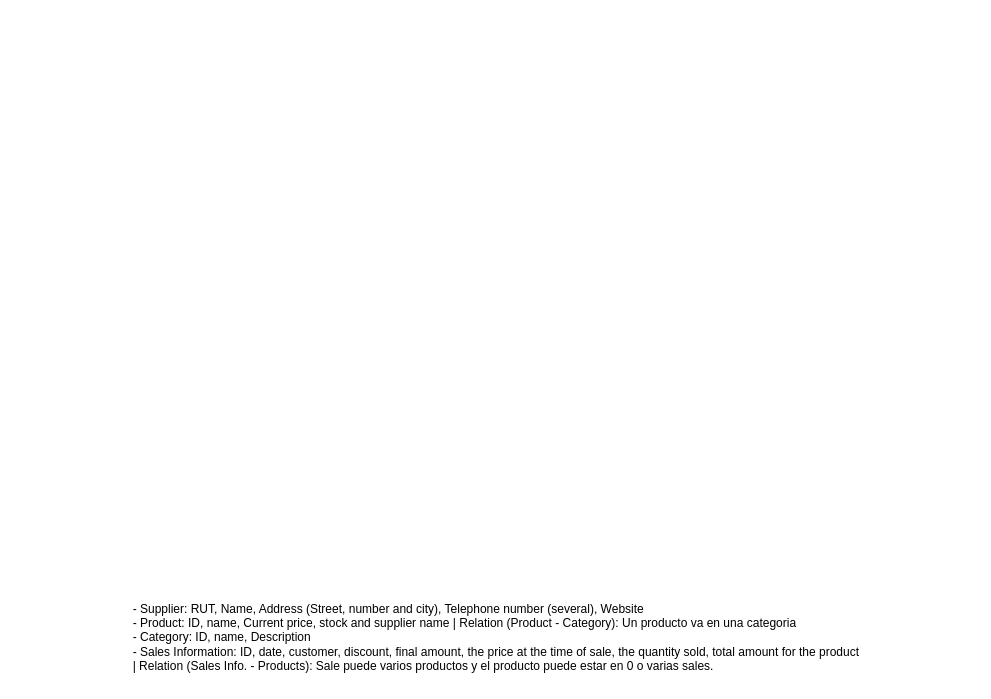
The draw.io diagram page "Exercise 4" (4 of 5) of ejercicio3.drawio in Maek0s/1DAM_Databases, before the edit. Source tidied: cells renumbered, new cells numbered last; positions are measured from the earlier drawing's top-left corner, leaving out a move shared by most shapes. Both pictures are drawn from the tidied source at 100%, with x=0, y=0 at pixel (122, 592).
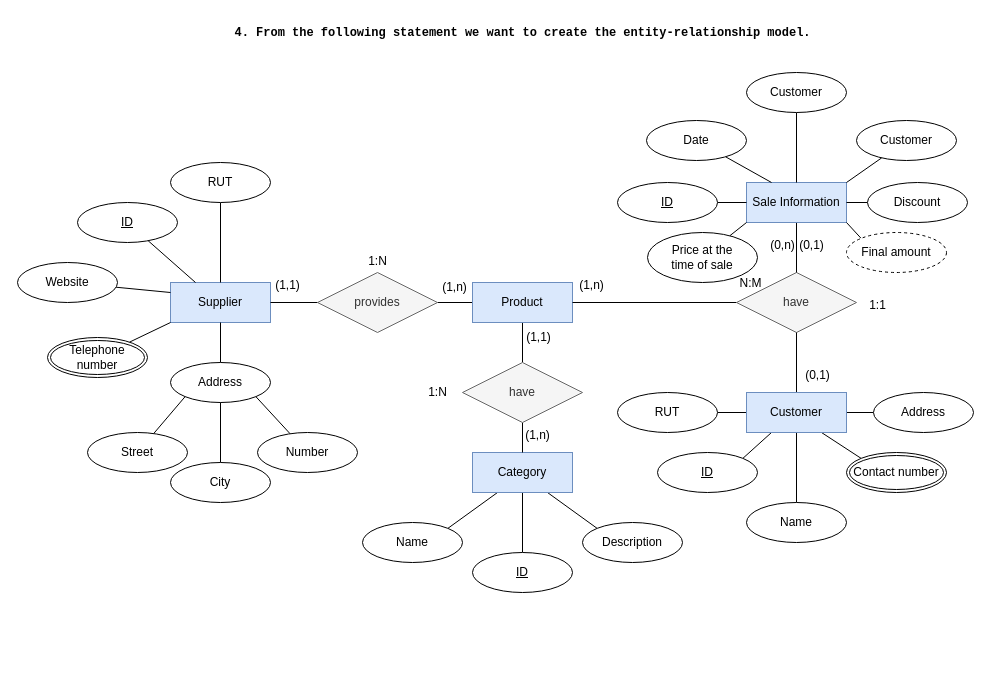
The same diagram, later.

What changed in the source:
```diff
@@
-    <mxCell id="2" value="&lt;div style=&quot;text-align: left;&quot;&gt;&lt;span style=&quot;background-color: initial;&quot;&gt;- Supplier: RUT, Name, Address (Street, number and city), Telephone number (several), Website&lt;/span&gt;&lt;/div&gt;&lt;div style=&quot;text-align: left;&quot;&gt;&lt;span style=&quot;background-color: initial;&quot;&gt;- Product: ID, name, Current price, stock and supplier name | Relation (Product - Category): Un producto va en una categoria&lt;/span&gt;&lt;/div&gt;&lt;div style=&quot;text-align: left;&quot;&gt;&lt;span style=&quot;background-color: initial;&quot;&gt;- Category: ID, name, Description&amp;nbsp;&lt;/span&gt;&lt;/div&gt;&lt;div style=&quot;text-align: left;&quot;&gt;&lt;span style=&quot;background-color: initial;&quot;&gt;- Sales Information: ID, date, customer, discount, final amount, the price at the time of sale, the quantity sold, total amount for the product&amp;nbsp;&lt;/span&gt;&lt;/div&gt;&lt;div style=&quot;text-align: left;&quot;&gt;&lt;span style=&quot;background-color: initial;&quot;&gt;| Relation (Sales Info. - Products): Sale puede varios productos y el producto puede estar en 0 o varias sales.&lt;/span&gt;&lt;/div&gt;" style="text;html=1;align=center;verticalAlign=middle;strokeColor=none;fillColor=none;" parent="1" vertex="1">
-      <mxGeometry width="750" height="90" as="geometry" />
-    </mxCell>
+    <mxCell id="3" value="&lt;b&gt;&lt;font face=&quot;Courier New&quot;&gt;4. From the following statement we want to create the entity-relationship model.&lt;/font&gt;&lt;/b&gt;" style="text;html=1;align=center;verticalAlign=middle;strokeColor=none;fillColor=none;" parent="1" vertex="1">
+      <mxGeometry x="100" y="-575" width="600" height="30" as="geometry" />
+    </mxCell>
+    <mxCell id="4" value="Supplier" style="whiteSpace=wrap;html=1;align=center;fillColor=#dae8fc;strokeColor=#6c8ebf;" parent="1" vertex="1">
+      <mxGeometry x="48" y="-310" width="100" height="40" as="geometry" />
+    </mxCell>
+    <mxCell id="5" style="edgeStyle=orthogonalEdgeStyle;rounded=0;jettySize=auto;html=1;endArrow=none;endFill=0;" parent="1" edge="1" source="7" target="15">
+      <mxGeometry relative="1" as="geometry" />
+    </mxCell>
+    <mxCell id="6" style="edgeStyle=orthogonalEdgeStyle;rounded=0;jettySize=auto;html=1;endArrow=none;endFill=0;" parent="1" edge="1" source="7" target="26">
+      <mxGeometry relative="1" as="geometry" />
+    </mxCell>
+    <mxCell id="7" value="Product" style="whiteSpace=wrap;html=1;align=center;fillColor=#dae8fc;strokeColor=#6c8ebf;" parent="1" vertex="1">
+      <mxGeometry x="350" y="-310" width="100" height="40" as="geometry" />
+    </mxCell>
+    <mxCell id="8" style="rounded=0;jettySize=auto;html=1;exitX=0.75;exitY=1;exitDx=0;exitDy=0;entryX=0;entryY=0;entryDx=0;entryDy=0;endArrow=none;endFill=0;" parent="1" edge="1" source="11" target="45">
+      <mxGeometry relative="1" as="geometry" />
+    </mxCell>
+    <mxCell id="9" style="rounded=0;jettySize=auto;html=1;endArrow=none;endFill=0;" parent="1" edge="1" source="11" target="44">
+      <mxGeometry relative="1" as="geometry" />
+    </mxCell>
+    <mxCell id="10" style="rounded=0;jettySize=auto;html=1;exitX=0.25;exitY=1;exitDx=0;exitDy=0;entryX=1;entryY=0;entryDx=0;entryDy=0;endArrow=none;endFill=0;" parent="1" edge="1" source="11" target="43">
+      <mxGeometry relative="1" as="geometry" />
+    </mxCell>
+    <mxCell id="11" value="Category" style="whiteSpace=wrap;html=1;align=center;fillColor=#dae8fc;strokeColor=#6c8ebf;" parent="1" vertex="1">
+      <mxGeometry x="350" y="-140" width="100" height="40" as="geometry" />
+    </mxCell>
+    <mxCell id="12" style="edgeStyle=orthogonalEdgeStyle;rounded=0;jettySize=auto;html=1;endArrow=none;endFill=0;" parent="1" edge="1" source="13" target="7">
+      <mxGeometry relative="1" as="geometry" />
+    </mxCell>
+    <mxCell id="13" value="have" style="shape=rhombus;perimeter=rhombusPerimeter;whiteSpace=wrap;html=1;align=center;fillColor=#f5f5f5;fontColor=#333333;strokeColor=#666666;" parent="1" vertex="1">
+      <mxGeometry x="614" y="-320" width="120" height="60" as="geometry" />
+    </mxCell>
+    <mxCell id="14" style="edgeStyle=orthogonalEdgeStyle;rounded=0;jettySize=auto;html=1;endArrow=none;endFill=0;" parent="1" edge="1" source="15" target="4">
+      <mxGeometry relative="1" as="geometry" />
+    </mxCell>
+    <mxCell id="15" value="provides" style="shape=rhombus;perimeter=rhombusPerimeter;whiteSpace=wrap;html=1;align=center;fillColor=#f5f5f5;fontColor=#333333;strokeColor=#666666;" parent="1" vertex="1">
+      <mxGeometry x="195" y="-320" width="120" height="60" as="geometry" />
+    </mxCell>
+    <mxCell id="16" style="edgeStyle=orthogonalEdgeStyle;rounded=0;jettySize=auto;html=1;endArrow=none;endFill=0;" parent="1" edge="1" source="17" target="13">
+      <mxGeometry relative="1" as="geometry" />
+    </mxCell>
+    <mxCell id="17" value="Sale Information" style="whiteSpace=wrap;html=1;align=center;fillColor=#dae8fc;strokeColor=#6c8ebf;" parent="1" vertex="1">
+      <mxGeometry x="624" y="-410" width="100" height="40" as="geometry" />
+    </mxCell>
+    <mxCell id="18" style="edgeStyle=orthogonalEdgeStyle;rounded=0;jettySize=auto;html=1;endArrow=none;endFill=0;" parent="1" edge="1" source="24" target="13">
+      <mxGeometry relative="1" as="geometry" />
+    </mxCell>
+    <mxCell id="19" style="rounded=0;jettySize=auto;html=1;endArrow=none;endFill=0;" parent="1" edge="1" source="24" target="48">
+      <mxGeometry relative="1" as="geometry" />
+    </mxCell>
+    <mxCell id="20" style="rounded=0;jettySize=auto;html=1;exitX=0.75;exitY=1;exitDx=0;exitDy=0;entryX=0;entryY=0;entryDx=0;entryDy=0;endArrow=none;endFill=0;" parent="1" edge="1" source="24" target="50">
+      <mxGeometry relative="1" as="geometry" />
+    </mxCell>
+    <mxCell id="21" style="rounded=0;jettySize=auto;html=1;exitX=0.25;exitY=1;exitDx=0;exitDy=0;entryX=1;entryY=0;entryDx=0;entryDy=0;endArrow=none;endFill=0;" parent="1" edge="1" source="24" target="47">
+      <mxGeometry relative="1" as="geometry" />
+    </mxCell>
+    <mxCell id="22" style="rounded=0;jettySize=auto;html=1;endArrow=none;endFill=0;" parent="1" edge="1" source="24" target="46">
+      <mxGeometry relative="1" as="geometry" />
+    </mxCell>
+    <mxCell id="23" style="rounded=0;jettySize=auto;html=1;endArrow=none;endFill=0;" parent="1" edge="1" source="24" target="49">
+      <mxGeometry relative="1" as="geometry" />
+    </mxCell>
+    <mxCell id="24" value="Customer" style="whiteSpace=wrap;html=1;align=center;fillColor=#dae8fc;strokeColor=#6c8ebf;" parent="1" vertex="1">
+      <mxGeometry x="624" y="-200" width="100" height="40" as="geometry" />
+    </mxCell>
+    <mxCell id="25" style="edgeStyle=orthogonalEdgeStyle;rounded=0;jettySize=auto;html=1;endArrow=none;endFill=0;" parent="1" edge="1" source="26" target="11">
+      <mxGeometry relative="1" as="geometry" />
+    </mxCell>
+    <mxCell id="26" value="have" style="shape=rhombus;perimeter=rhombusPerimeter;whiteSpace=wrap;html=1;align=center;fillColor=#f5f5f5;fontColor=#333333;strokeColor=#666666;" parent="1" vertex="1">
+      <mxGeometry x="340" y="-230" width="120" height="60" as="geometry" />
+    </mxCell>
+    <mxCell id="27" style="rounded=0;jettySize=auto;html=1;endArrow=none;endFill=0;" parent="1" edge="1" source="28" target="4">
+      <mxGeometry relative="1" as="geometry" />
+    </mxCell>
+    <mxCell id="28" value="RUT" style="ellipse;whiteSpace=wrap;html=1;align=center;" parent="1" vertex="1">
+      <mxGeometry x="48" y="-430" width="100" height="40" as="geometry" />
+    </mxCell>
+    <mxCell id="29" style="rounded=0;jettySize=auto;html=1;entryX=0.25;entryY=0;entryDx=0;entryDy=0;endArrow=none;endFill=0;" parent="1" edge="1" source="30" target="4">
+      <mxGeometry relative="1" as="geometry" />
+    </mxCell>
+    <mxCell id="30" value="ID" style="ellipse;whiteSpace=wrap;html=1;align=center;fontStyle=4;" parent="1" vertex="1">
+      <mxGeometry x="-45" y="-390" width="100" height="40" as="geometry" />
+    </mxCell>
+    <mxCell id="31" style="rounded=0;jettySize=auto;html=1;entryX=0;entryY=1;entryDx=0;entryDy=0;endArrow=none;endFill=0;" parent="1" edge="1" source="32" target="4">
+      <mxGeometry relative="1" as="geometry" />
+    </mxCell>
+    <mxCell id="32" value="Telephone number" style="ellipse;shape=doubleEllipse;margin=3;whiteSpace=wrap;html=1;align=center;" parent="1" vertex="1">
+      <mxGeometry x="-75" y="-255" width="100" height="40" as="geometry" />
+    </mxCell>
+    <mxCell id="33" style="edgeStyle=orthogonalEdgeStyle;rounded=0;jettySize=auto;html=1;endArrow=none;endFill=0;" parent="1" edge="1" source="34" target="4">
+      <mxGeometry relative="1" as="geometry" />
+    </mxCell>
+    <mxCell id="34" value="Address" style="ellipse;whiteSpace=wrap;html=1;align=center;" parent="1" vertex="1">
+      <mxGeometry x="48" y="-230" width="100" height="40" as="geometry" />
+    </mxCell>
+    <mxCell id="35" style="rounded=0;jettySize=auto;html=1;entryX=0;entryY=1;entryDx=0;entryDy=0;endArrow=none;endFill=0;" parent="1" edge="1" source="36" target="34">
+      <mxGeometry relative="1" as="geometry" />
+    </mxCell>
+    <mxCell id="36" value="Street" style="ellipse;whiteSpace=wrap;html=1;align=center;" parent="1" vertex="1">
+      <mxGeometry x="-35" y="-160" width="100" height="40" as="geometry" />
+    </mxCell>
+    <mxCell id="37" style="rounded=0;jettySize=auto;html=1;entryX=1;entryY=1;entryDx=0;entryDy=0;endArrow=none;endFill=0;" parent="1" edge="1" source="38" target="34">
+      <mxGeometry relative="1" as="geometry" />
+    </mxCell>
+    <mxCell id="38" value="Number" style="ellipse;whiteSpace=wrap;html=1;align=center;" parent="1" vertex="1">
+      <mxGeometry x="135" y="-160" width="100" height="40" as="geometry" />
+    </mxCell>
+    <mxCell id="39" style="rounded=0;jettySize=auto;html=1;endArrow=none;endFill=0;" parent="1" edge="1" source="40" target="34">
+      <mxGeometry relative="1" as="geometry" />
+    </mxCell>
+    <mxCell id="40" value="City" style="ellipse;whiteSpace=wrap;html=1;align=center;" parent="1" vertex="1">
+      <mxGeometry x="48" y="-130" width="100" height="40" as="geometry" />
+    </mxCell>
+    <mxCell id="41" style="rounded=0;jettySize=auto;html=1;entryX=0;entryY=0.25;entryDx=0;entryDy=0;endArrow=none;endFill=0;" parent="1" edge="1" source="42" target="4">
+      <mxGeometry relative="1" as="geometry" />
+    </mxCell>
+    <mxCell id="42" value="Website" style="ellipse;whiteSpace=wrap;html=1;align=center;" parent="1" vertex="1">
+      <mxGeometry x="-105" y="-330" width="100" height="40" as="geometry" />
+    </mxCell>
+    <mxCell id="43" value="Name" style="ellipse;whiteSpace=wrap;html=1;align=center;" parent="1" vertex="1">
+      <mxGeometry x="240" y="-70" width="100" height="40" as="geometry" />
+    </mxCell>
+    <mxCell id="44" value="ID" style="ellipse;whiteSpace=wrap;html=1;align=center;fontStyle=4;" parent="1" vertex="1">
+      <mxGeometry x="350" y="-40" width="100" height="40" as="geometry" />
+    </mxCell>
+    <mxCell id="45" value="Description" style="ellipse;whiteSpace=wrap;html=1;align=center;" parent="1" vertex="1">
+      <mxGeometry x="460" y="-70" width="100" height="40" as="geometry" />
+    </mxCell>
+    <mxCell id="46" value="RUT" style="ellipse;whiteSpace=wrap;html=1;align=center;" parent="1" vertex="1">
+      <mxGeometry x="495" y="-200" width="100" height="40" as="geometry" />
+    </mxCell>
+    <mxCell id="47" value="ID" style="ellipse;whiteSpace=wrap;html=1;align=center;fontStyle=4;" parent="1" vertex="1">
+      <mxGeometry x="535" y="-140" width="100" height="40" as="geometry" />
+    </mxCell>
+    <mxCell id="48" value="Name" style="ellipse;whiteSpace=wrap;html=1;align=center;" parent="1" vertex="1">
+      <mxGeometry x="624" y="-90" width="100" height="40" as="geometry" />
+    </mxCell>
+    <mxCell id="49" value="Address" style="ellipse;whiteSpace=wrap;html=1;align=center;" parent="1" vertex="1">
+      <mxGeometry x="751" y="-200" width="100" height="40" as="geometry" />
+    </mxCell>
+    <mxCell id="50" value="Contact number" style="ellipse;shape=doubleEllipse;margin=3;whiteSpace=wrap;html=1;align=center;" parent="1" vertex="1">
+      <mxGeometry x="724" y="-140" width="100" height="40" as="geometry" />
+    </mxCell>
+    <mxCell id="51" style="rounded=0;jettySize=auto;html=1;endArrow=none;endFill=0;" parent="1" edge="1" source="52" target="17">
+      <mxGeometry relative="1" as="geometry" />
+    </mxCell>
+    <mxCell id="52" value="ID" style="ellipse;whiteSpace=wrap;html=1;align=center;fontStyle=4;" parent="1" vertex="1">
+      <mxGeometry x="495" y="-410" width="100" height="40" as="geometry" />
+    </mxCell>
+    <mxCell id="53" style="rounded=0;jettySize=auto;html=1;entryX=0.25;entryY=0;entryDx=0;entryDy=0;endArrow=none;endFill=0;" parent="1" edge="1" source="54" target="17">
+      <mxGeometry relative="1" as="geometry" />
+    </mxCell>
+    <mxCell id="54" value="Date" style="ellipse;whiteSpace=wrap;html=1;align=center;" parent="1" vertex="1">
+      <mxGeometry x="524" y="-472" width="100" height="40" as="geometry" />
+    </mxCell>
+    <mxCell id="55" style="rounded=0;jettySize=auto;html=1;endArrow=none;endFill=0;" parent="1" edge="1" source="56" target="17">
+      <mxGeometry relative="1" as="geometry" />
+    </mxCell>
+    <mxCell id="56" value="Customer" style="ellipse;whiteSpace=wrap;html=1;align=center;" parent="1" vertex="1">
+      <mxGeometry x="624" y="-520" width="100" height="40" as="geometry" />
+    </mxCell>
+    <mxCell id="57" style="rounded=0;jettySize=auto;html=1;entryX=1;entryY=0;entryDx=0;entryDy=0;endArrow=none;endFill=0;" parent="1" edge="1" source="58" target="17">
+      <mxGeometry relative="1" as="geometry" />
+    </mxCell>
+    <mxCell id="58" value="Customer" style="ellipse;whiteSpace=wrap;html=1;align=center;" parent="1" vertex="1">
+      <mxGeometry x="734" y="-472" width="100" height="40" as="geometry" />
+    </mxCell>
+    <mxCell id="59" style="rounded=0;jettySize=auto;html=1;entryX=1;entryY=0.5;entryDx=0;entryDy=0;endArrow=none;endFill=0;" parent="1" edge="1" source="60" target="17">
+      <mxGeometry relative="1" as="geometry" />
+    </mxCell>
+    <mxCell id="60" value="Discount" style="ellipse;whiteSpace=wrap;html=1;align=center;" parent="1" vertex="1">
+      <mxGeometry x="745" y="-410" width="100" height="40" as="geometry" />
+    </mxCell>
+    <mxCell id="61" style="rounded=0;jettySize=auto;html=1;exitX=0;exitY=0;exitDx=0;exitDy=0;entryX=1;entryY=1;entryDx=0;entryDy=0;endArrow=none;endFill=0;" parent="1" edge="1" source="62" target="17">
+      <mxGeometry relative="1" as="geometry" />
+    </mxCell>
+    <mxCell id="62" value="Final amount" style="ellipse;whiteSpace=wrap;html=1;align=center;dashed=1;" parent="1" vertex="1">
+      <mxGeometry x="724" y="-360" width="100" height="40" as="geometry" />
+    </mxCell>
+    <mxCell id="63" style="rounded=0;jettySize=auto;html=1;entryX=0;entryY=1;entryDx=0;entryDy=0;endArrow=none;endFill=0;" parent="1" edge="1" source="64" target="17">
+      <mxGeometry relative="1" as="geometry" />
+    </mxCell>
+    <mxCell id="64" value="Price at the &lt;br&gt;time of sale" style="ellipse;whiteSpace=wrap;html=1;align=center;" parent="1" vertex="1">
+      <mxGeometry x="525" y="-360" width="110" height="50" as="geometry" />
+    </mxCell>
+    <mxCell id="65" value="(1,n)" style="text;html=1;align=center;verticalAlign=middle;strokeColor=none;fillColor=none;" parent="1" vertex="1">
+      <mxGeometry x="307" y="-320" width="50" height="30" as="geometry" />
+    </mxCell>
+    <mxCell id="66" value="(1,1)" style="text;html=1;align=center;verticalAlign=middle;strokeColor=none;fillColor=none;" parent="1" vertex="1">
+      <mxGeometry x="140" y="-322" width="50" height="30" as="geometry" />
+    </mxCell>
+    <mxCell id="67" value="1:N" style="text;html=1;align=center;verticalAlign=middle;strokeColor=none;fillColor=none;" parent="1" vertex="1">
+      <mxGeometry x="235" y="-346" width="40" height="30" as="geometry" />
+    </mxCell>
+    <mxCell id="68" value="(1,1)" style="text;html=1;align=center;verticalAlign=middle;strokeColor=none;fillColor=none;" parent="1" vertex="1">
+      <mxGeometry x="391" y="-270" width="50" height="30" as="geometry" />
+    </mxCell>
+    <mxCell id="69" value="(1,n)" style="text;html=1;align=center;verticalAlign=middle;strokeColor=none;fillColor=none;" parent="1" vertex="1">
+      <mxGeometry x="390" y="-172" width="50" height="30" as="geometry" />
+    </mxCell>
+    <mxCell id="70" value="1:N" style="text;html=1;align=center;verticalAlign=middle;strokeColor=none;fillColor=none;" parent="1" vertex="1">
+      <mxGeometry x="295" y="-215" width="40" height="30" as="geometry" />
+    </mxCell>
+    <mxCell id="71" value="(1,n)" style="text;html=1;align=center;verticalAlign=middle;strokeColor=none;fillColor=none;" parent="1" vertex="1">
+      <mxGeometry x="444" y="-322" width="50" height="30" as="geometry" />
+    </mxCell>
+    <mxCell id="72" value="(0,n)" style="text;html=1;align=center;verticalAlign=middle;strokeColor=none;fillColor=none;" parent="1" vertex="1">
+      <mxGeometry x="635" y="-362" width="50" height="30" as="geometry" />
+    </mxCell>
+    <mxCell id="73" value="N:M" style="text;html=1;align=center;verticalAlign=middle;strokeColor=none;fillColor=none;" parent="1" vertex="1">
+      <mxGeometry x="603" y="-324" width="50" height="30" as="geometry" />
+    </mxCell>
+    <mxCell id="74" value="(0,1)" style="text;html=1;align=center;verticalAlign=middle;strokeColor=none;fillColor=none;" parent="1" vertex="1">
+      <mxGeometry x="670" y="-232" width="50" height="30" as="geometry" />
+    </mxCell>
+    <mxCell id="75" value="(0,1)" style="text;html=1;align=center;verticalAlign=middle;strokeColor=none;fillColor=none;" parent="1" vertex="1">
+      <mxGeometry x="664" y="-362" width="50" height="30" as="geometry" />
+    </mxCell>
+    <mxCell id="76" value="1:1" style="text;html=1;align=center;verticalAlign=middle;strokeColor=none;fillColor=none;" parent="1" vertex="1">
+      <mxGeometry x="735" y="-302" width="40" height="30" as="geometry" />
+    </mxCell>
```
